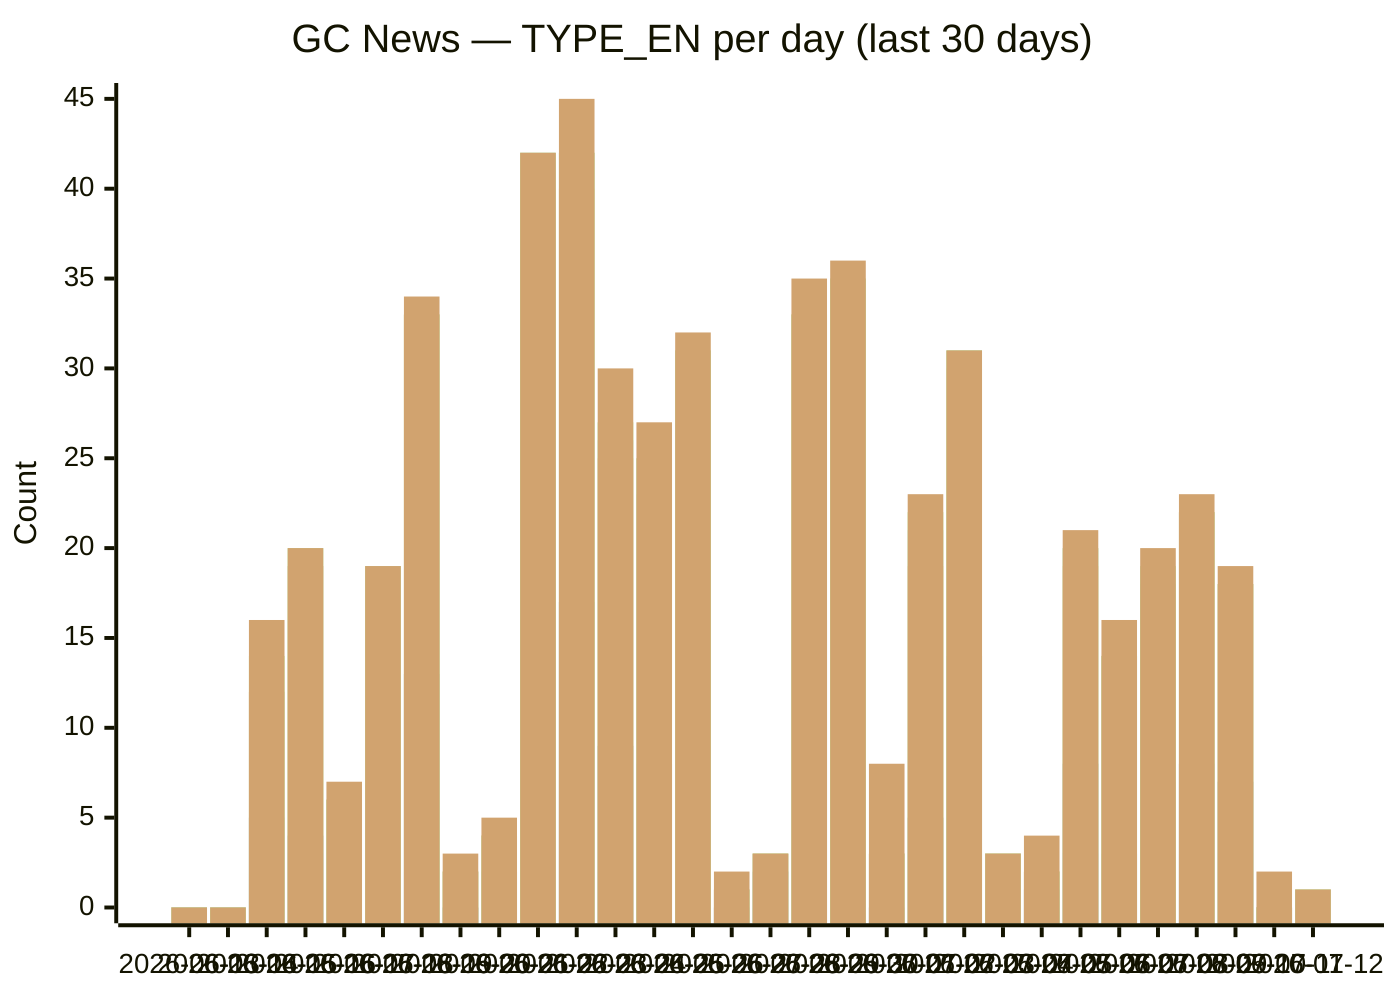
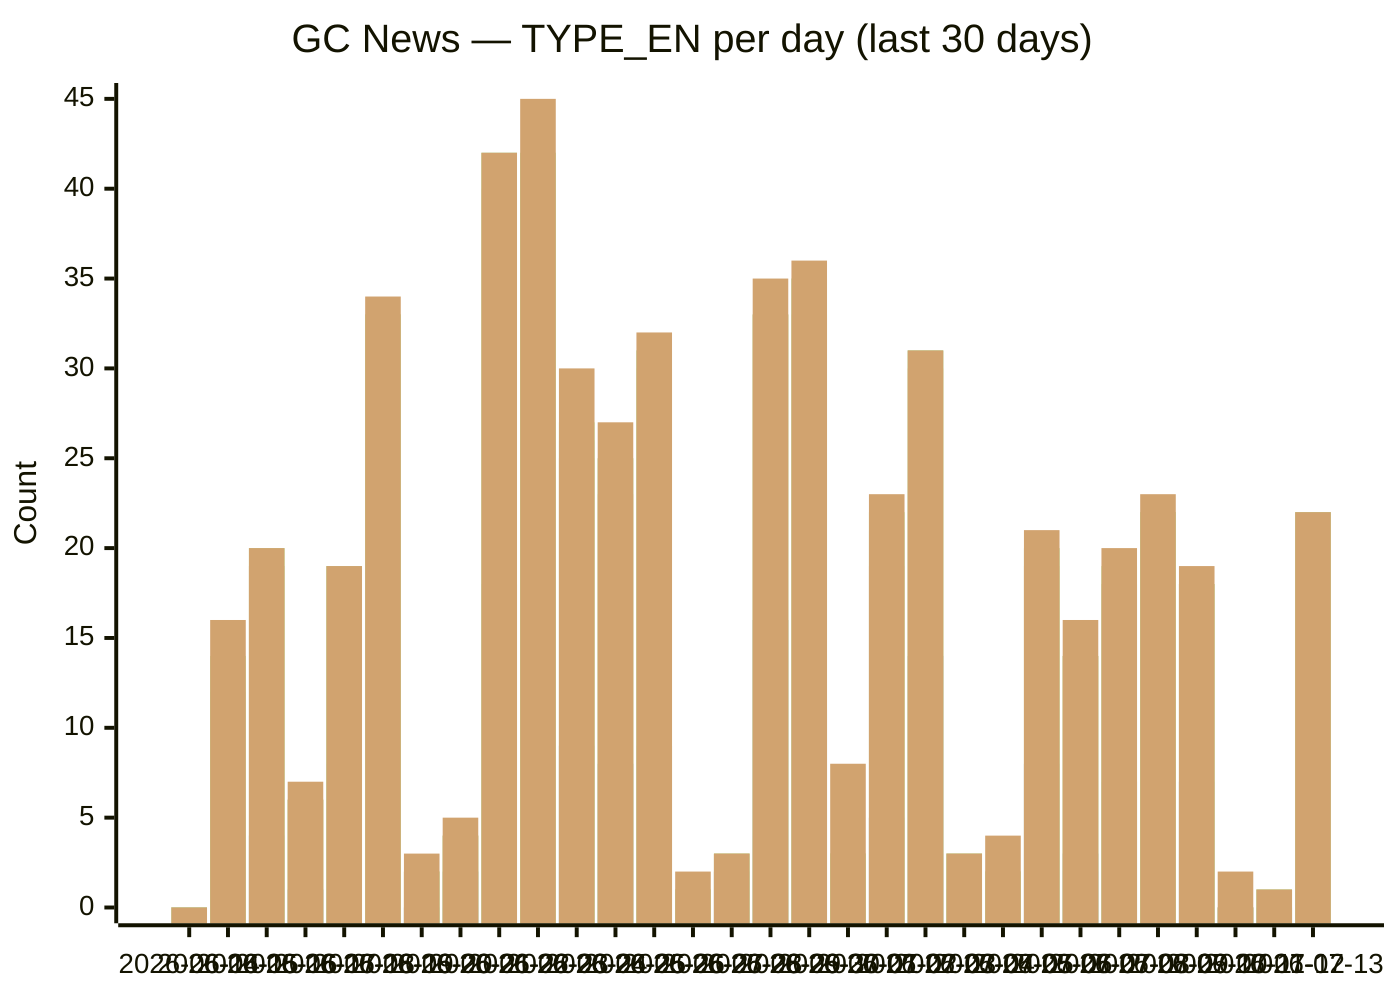
xychart-beta
  title "GC News — TYPE_EN per day (last 30 days)"
-   x-axis [2026-06-13, 2026-06-14, 2026-06-15, 2026-06-16, 2026-06-17, 2026-06-18, 2026-06-19, 2026-06-20, 2026-06-21, 2026-06-22, 2026-06-23, 2026-06-24, 2026-06-25, 2026-06-26, 2026-06-27, 2026-06-28, 2026-06-29, 2026-06-30, 2026-07-01, 2026-07-02, 2026-07-03, 2026-07-04, 2026-07-05, 2026-07-06, 2026-07-07, 2026-07-08, 2026-07-09, 2026-07-10, 2026-07-11, 2026-07-12]
+   x-axis [2026-06-14, 2026-06-15, 2026-06-16, 2026-06-17, 2026-06-18, 2026-06-19, 2026-06-20, 2026-06-21, 2026-06-22, 2026-06-23, 2026-06-24, 2026-06-25, 2026-06-26, 2026-06-27, 2026-06-28, 2026-06-29, 2026-06-30, 2026-07-01, 2026-07-02, 2026-07-03, 2026-07-04, 2026-07-05, 2026-07-06, 2026-07-07, 2026-07-08, 2026-07-09, 2026-07-10, 2026-07-11, 2026-07-12, 2026-07-13]
  y-axis "Count" 0 --> 45
-   bar backgrounders [0, 0, 2, 3, 1, 2, 2, 0, 0, 3, 6, 2, 2, 3, 0, 0, 4, 3, 0, 1, 3, 1, 0, 3, 2, 2, 3, 3, 0, 0]
-   bar "media advisories" [0, 0, 5, 4, 1, 8, 13, 0, 2, 18, 17, 9, 8, 9, 0, 2, 16, 11, 0, 5, 14, 1, 1, 8, 3, 7, 8, 7, 0, 0]
-   bar "news releases" [0, 0, 12, 19, 6, 19, 33, 2, 4, 40, 40, 25, 23, 30, 1, 3, 33, 33, 3, 19, 30, 3, 2, 19, 14, 18, 22, 18, 0, 1]
-   bar readouts [0, 0, 12, 19, 6, 19, 33, 2, 4, 42, 42, 26, 25, 31, 1, 3, 33, 35, 3, 21, 31, 3, 2, 20, 14, 18, 22, 18, 0, 1]
-   bar speeches [0, 0, 14, 20, 6, 19, 33, 2, 4, 42, 42, 27, 25, 31, 1, 3, 33, 35, 3, 22, 31, 3, 2, 20, 14, 19, 22, 18, 0, 1]
-   bar statements [0, 0, 16, 20, 7, 19, 34, 3, 5, 42, 45, 30, 27, 32, 2, 3, 35, 36, 8, 23, 31, 3, 4, 21, 16, 20, 23, 19, 2, 1]
+   bar backgrounders [0, 2, 3, 1, 2, 2, 0, 0, 3, 6, 2, 2, 3, 0, 0, 4, 3, 0, 1, 3, 1, 0, 3, 2, 2, 3, 3, 0, 0, 3]
+   bar "media advisories" [0, 5, 4, 1, 8, 13, 0, 2, 18, 17, 9, 8, 9, 0, 2, 16, 11, 0, 5, 14, 1, 1, 8, 3, 7, 8, 7, 0, 0, 9]
+   bar "news releases" [0, 12, 19, 6, 19, 33, 2, 4, 40, 40, 25, 23, 30, 1, 3, 33, 33, 3, 19, 30, 3, 2, 19, 14, 18, 22, 18, 0, 1, 22]
+   bar readouts [0, 12, 19, 6, 19, 33, 2, 4, 42, 42, 26, 25, 31, 1, 3, 33, 35, 3, 21, 31, 3, 2, 20, 14, 18, 22, 18, 0, 1, 22]
+   bar speeches [0, 14, 20, 6, 19, 33, 2, 4, 42, 42, 27, 25, 31, 1, 3, 33, 35, 3, 22, 31, 3, 2, 20, 14, 19, 22, 18, 0, 1, 22]
+   bar statements [0, 16, 20, 7, 19, 34, 3, 5, 42, 45, 30, 27, 32, 2, 3, 35, 36, 8, 23, 31, 3, 4, 21, 16, 20, 23, 19, 2, 1, 22]
